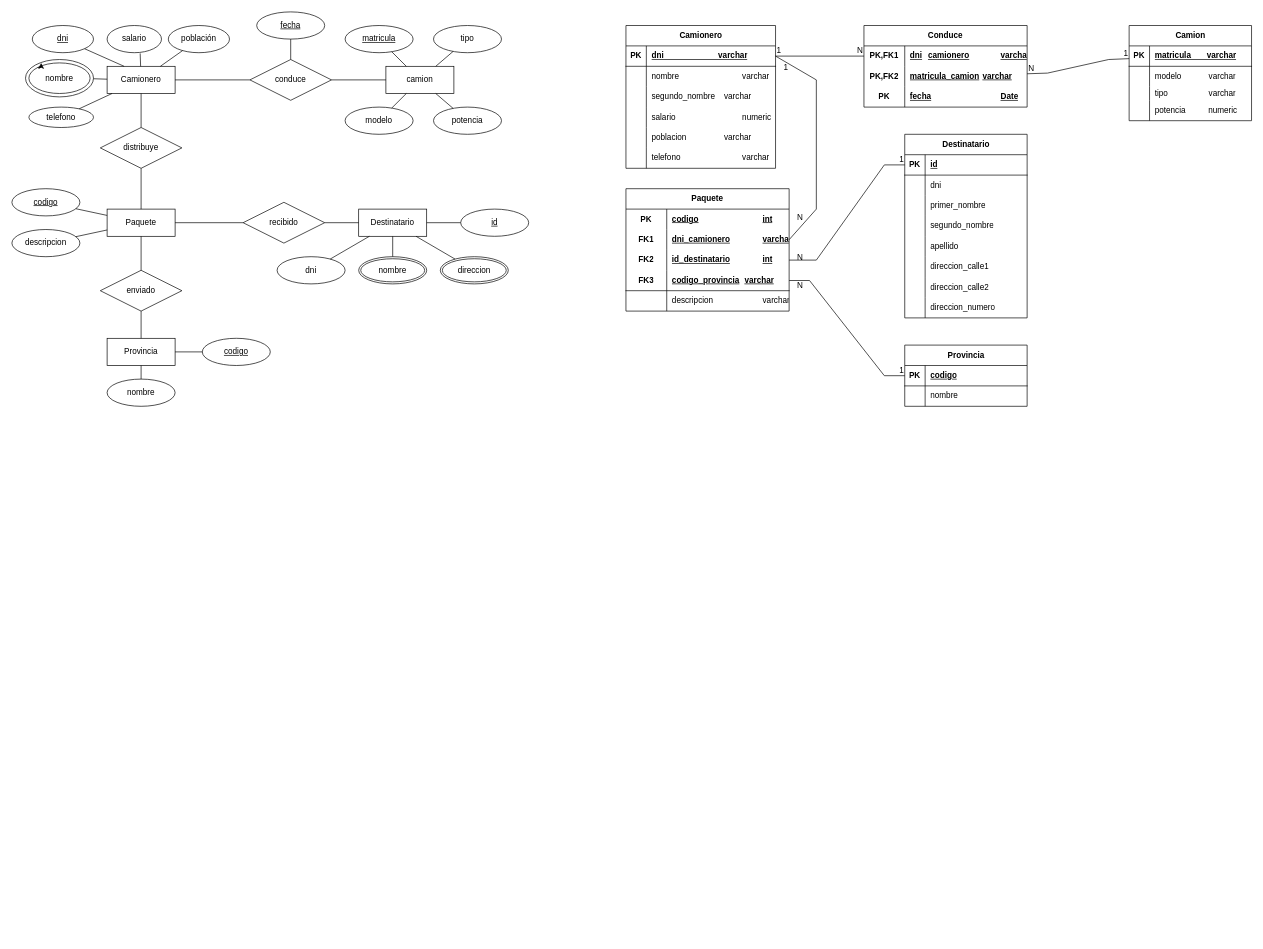
Before: Prueba.drawio in florenciacastro95/EnviosDB, a draw.io diagram. Source tidied: cells renumbered, new cells numbered last; positions are measured from the earlier drawing's top-left corner, leaving out a move shared by most shapes. Both pictures are drawn from the tidied source at 68%, with x=0, y=0 at pixel (12, 12).
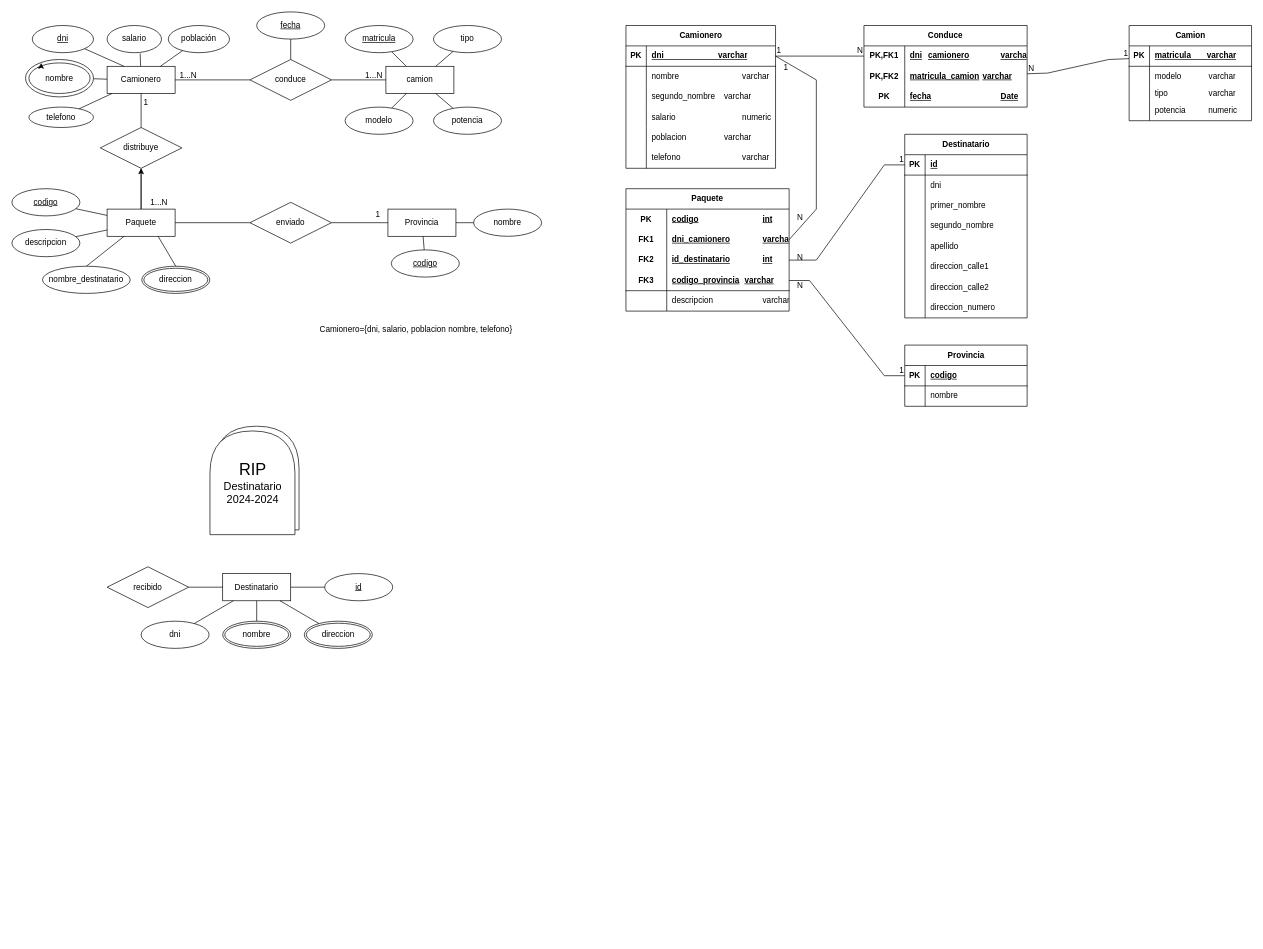
The same page after the edit.

Unchanged cells that the change refers to:
```xml
<mxCell id="16" value="&lt;div&gt;Paquete&lt;/div&gt;" style="whiteSpace=wrap;html=1;align=center;" parent="1" vertex="1">
  <mxGeometry x="140" y="290" width="100" height="40" as="geometry" />
</mxCell>
<mxCell id="42" value="&lt;div&gt;distribuye&lt;/div&gt;" style="shape=rhombus;perimeter=rhombusPerimeter;whiteSpace=wrap;html=1;align=center;" parent="1" vertex="1">
  <mxGeometry x="130" y="170" width="120" height="60" as="geometry" />
</mxCell>
```

Diff of the diagram source:
```diff
@@
+    <mxCell id="166" style="edgeStyle=orthogonalEdgeStyle;rounded=0;jettySize=auto;html=1;" parent="1" edge="1" source="16" target="42">
+      <mxGeometry relative="1" as="geometry" />
+    </mxCell>
@@
     <mxCell id="17" value="&lt;div&gt;enviado&lt;br&gt;&lt;/div&gt;" style="shape=rhombus;perimeter=rhombusPerimeter;whiteSpace=wrap;html=1;align=center;" parent="1" vertex="1">
-      <mxGeometry x="130" y="380" width="120" height="60" as="geometry" />
+      <mxGeometry x="350" y="280" width="120" height="60" as="geometry" />
     </mxCell>
@@
     <mxCell id="31" value="&lt;div&gt;Provincia&lt;/div&gt;" style="whiteSpace=wrap;html=1;align=center;" parent="1" vertex="1">
-      <mxGeometry x="140" y="480" width="100" height="40" as="geometry" />
+      <mxGeometry x="553" y="290" width="100" height="40" as="geometry" />
     </mxCell>
     <mxCell id="32" value="&lt;div&gt;codigo&lt;/div&gt;" style="ellipse;whiteSpace=wrap;html=1;align=center;fontStyle=4;" parent="1" vertex="1">
-      <mxGeometry x="280" y="480" width="100" height="40" as="geometry" />
+      <mxGeometry x="558" y="350" width="100" height="40" as="geometry" />
     </mxCell>
     <mxCell id="33" value="&lt;div&gt;nombre&lt;/div&gt;" style="ellipse;whiteSpace=wrap;html=1;align=center;" parent="1" vertex="1">
-      <mxGeometry x="140" y="540" width="100" height="40" as="geometry" />
+      <mxGeometry x="679" y="290" width="100" height="40" as="geometry" />
     </mxCell>
@@
-    <mxCell id="36" style="endArrow=none;html=1;rounded=0;" parent="1" edge="1" source="17" target="31">
-      <mxGeometry relative="1" as="geometry" />
-    </mxCell>
@@
     <mxCell id="62" value="recibido" style="shape=rhombus;perimeter=rhombusPerimeter;whiteSpace=wrap;html=1;align=center;" parent="1" vertex="1">
-      <mxGeometry x="340" y="280" width="120" height="60" as="geometry" />
+      <mxGeometry x="140" y="816" width="120" height="60" as="geometry" />
     </mxCell>
     <mxCell id="63" value="Destinatario" style="whiteSpace=wrap;html=1;align=center;" parent="1" vertex="1">
-      <mxGeometry x="510" y="290" width="100" height="40" as="geometry" />
+      <mxGeometry x="310" y="826" width="100" height="40" as="geometry" />
     </mxCell>
-    <mxCell id="64" style="endArrow=none;html=1;rounded=0;" parent="1" edge="1" source="16" target="62">
-      <mxGeometry relative="1" as="geometry" />
-    </mxCell>
@@
     <mxCell id="66" value="&lt;div&gt;id&lt;/div&gt;" style="ellipse;whiteSpace=wrap;html=1;align=center;fontStyle=4;" parent="1" vertex="1">
-      <mxGeometry x="660" y="290" width="100" height="40" as="geometry" />
+      <mxGeometry x="460" y="826" width="100" height="40" as="geometry" />
     </mxCell>
     <mxCell id="67" value="dni" style="ellipse;whiteSpace=wrap;html=1;align=center;" parent="1" vertex="1">
-      <mxGeometry x="390" y="360" width="100" height="40" as="geometry" />
+      <mxGeometry x="190" y="896" width="100" height="40" as="geometry" />
     </mxCell>
     <mxCell id="68" value="nombre" style="ellipse;shape=doubleEllipse;margin=3;whiteSpace=wrap;html=1;align=center;" parent="1" vertex="1">
-      <mxGeometry x="510" y="360" width="100" height="40" as="geometry" />
+      <mxGeometry x="310" y="896" width="100" height="40" as="geometry" />
     </mxCell>
     <mxCell id="69" value="direccion" style="ellipse;shape=doubleEllipse;margin=3;whiteSpace=wrap;html=1;align=center;" parent="1" vertex="1">
-      <mxGeometry x="630" y="360" width="100" height="40" as="geometry" />
+      <mxGeometry x="430" y="896" width="100" height="40" as="geometry" />
     </mxCell>
@@
+    <mxCell id="167" value="1" style="text;html=1;align=center;verticalAlign=middle;strokeColor=none;fillColor=none;" parent="1" vertex="1">
+      <mxGeometry x="184" y="120" width="25" height="26" as="geometry" />
+    </mxCell>
+    <mxCell id="168" value="1...N" style="text;html=1;align=center;verticalAlign=middle;strokeColor=none;fillColor=none;" parent="1" vertex="1">
+      <mxGeometry x="194" y="267" width="43" height="26" as="geometry" />
+    </mxCell>
+    <mxCell id="169" value="1...N" style="text;html=1;align=center;verticalAlign=middle;strokeColor=none;fillColor=none;" parent="1" vertex="1">
+      <mxGeometry x="510" y="80" width="43" height="26" as="geometry" />
+    </mxCell>
+    <mxCell id="170" value="1...N" style="text;html=1;align=center;verticalAlign=middle;strokeColor=none;fillColor=none;" parent="1" vertex="1">
+      <mxGeometry x="237" y="80" width="43" height="26" as="geometry" />
+    </mxCell>
+    <mxCell id="171" value="Camionero={dni, salario, poblacion nombre, telefono&lt;span style=&quot;background-color: initial;&quot;&gt;}&lt;/span&gt;" style="text;html=1;align=center;verticalAlign=middle;strokeColor=none;fillColor=none;" parent="1" vertex="1">
+      <mxGeometry x="443" y="454" width="301" height="26" as="geometry" />
+    </mxCell>
+    <mxCell id="172" value="nombre_&lt;span style=&quot;background-color: initial;&quot;&gt;destinatario&lt;/span&gt;" style="ellipse;whiteSpace=wrap;html=1;align=center;" parent="1" vertex="1">
+      <mxGeometry x="45" y="374" width="129" height="40" as="geometry" />
+    </mxCell>
+    <mxCell id="173" value="direccion" style="ellipse;shape=doubleEllipse;margin=3;whiteSpace=wrap;html=1;align=center;" parent="1" vertex="1">
+      <mxGeometry x="191" y="374" width="100" height="40" as="geometry" />
+    </mxCell>
+    <mxCell id="174" style="endArrow=none;html=1;rounded=0;entryX=0.25;entryY=1;entryDx=0;entryDy=0;exitX=0.5;exitY=0;exitDx=0;exitDy=0;" parent="1" edge="1" source="172" target="16">
+      <mxGeometry relative="1" as="geometry" />
+    </mxCell>
+    <mxCell id="175" style="endArrow=none;html=1;rounded=0;entryX=0.5;entryY=0;entryDx=0;entryDy=0;exitX=0.75;exitY=1;exitDx=0;exitDy=0;" parent="1" edge="1" source="16" target="173">
+      <mxGeometry relative="1" as="geometry" />
+    </mxCell>
+    <mxCell id="176" style="group;" parent="1" vertex="1">
+      <mxGeometry x="525" y="285" width="25" height="26" as="geometry" />
+    </mxCell>
+    <mxCell id="36" style="endArrow=none;html=1;rounded=0;" parent="176" edge="1" source="17" target="31">
+      <mxGeometry relative="1" as="geometry" />
+    </mxCell>
+    <mxCell id="177" value="1" style="text;html=1;align=center;verticalAlign=middle;strokeColor=none;fillColor=none;" parent="176" vertex="1">
+      <mxGeometry width="25" height="26" as="geometry" />
+    </mxCell>
+    <mxCell id="178" style="shape=delay;whiteSpace=wrap;html=1;rotation=-90;" parent="1" vertex="1">
+      <mxGeometry x="283.5" y="623" width="152.5" height="125" as="geometry" />
+    </mxCell>
+    <mxCell id="179" style="shape=delay;whiteSpace=wrap;html=1;rotation=-90;" parent="1" vertex="1">
+      <mxGeometry x="277.5" y="630" width="152.5" height="125" as="geometry" />
+    </mxCell>
+    <mxCell id="180" value="&lt;font style=&quot;font-size: 24px;&quot;&gt;RIP&lt;/font&gt;&lt;div&gt;&lt;font size=&quot;3&quot;&gt;Destinatario&lt;br&gt;2024-2024&lt;/font&gt;&lt;/div&gt;" style="text;html=1;align=center;verticalAlign=middle;strokeColor=none;fillColor=none;" parent="1" vertex="1">
+      <mxGeometry x="302.2" y="653" width="103" height="79" as="geometry" />
+    </mxCell>
```
